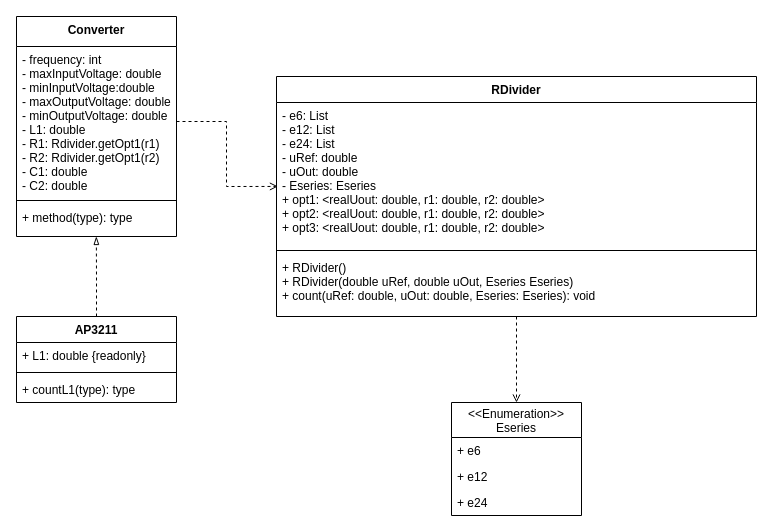
Above: diagram.drawio in Adik0160/converterDC (draw.io), before the change. Source tidied: cells renumbered, new cells numbered last; positions are measured from the earlier drawing's top-left corner, leaving out a move shared by most shapes. Both pictures are drawn from the tidied source at 100%, with x=0, y=0 at pixel (16, 16).
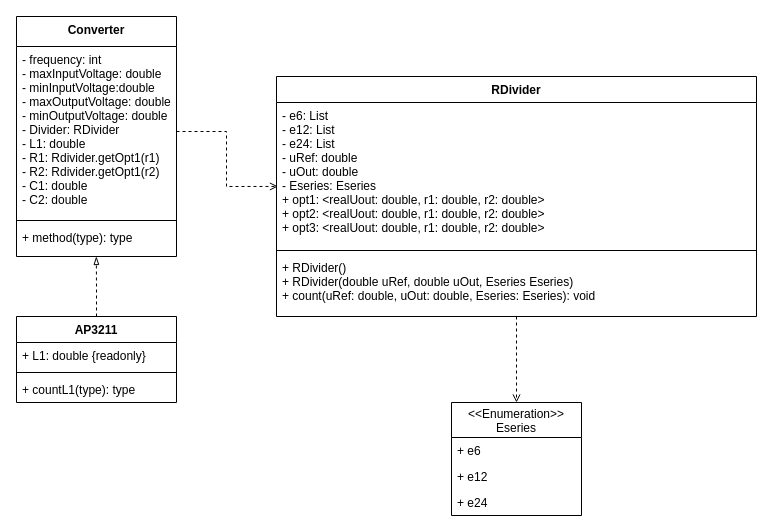
Above is the later version.

The edit, as a diff of the source:
```diff
@@
     <mxCell id="3" value="Converter" style="swimlane;fontStyle=1;align=center;verticalAlign=top;horizontal=1;startSize=30;" parent="1" vertex="1">
-      <mxGeometry width="160" height="220" as="geometry" />
+      <mxGeometry width="160" height="240" as="geometry" />
     </mxCell>
-    <mxCell id="4" value="- frequency: int&#10;- maxInputVoltage: double&#10;- minInputVoltage:double&#10;- maxOutputVoltage: double&#10;- minOutputVoltage: double&#10;- L1: double&#10;- R1: Rdivider.getOpt1(r1)&#10;- R2: Rdivider.getOpt1(r2)&#10;- C1: double&#10;- C2: double&#10;" style="text;strokeColor=none;fillColor=none;align=left;verticalAlign=top;spacingLeft=4;spacingRight=4;overflow=hidden;points=[[0,0.5],[1,0.5]];portConstraint=eastwest;" parent="3" vertex="1">
-      <mxGeometry y="30" width="160" height="150" as="geometry" />
+    <mxCell id="4" value="- frequency: int&#10;- maxInputVoltage: double&#10;- minInputVoltage:double&#10;- maxOutputVoltage: double&#10;- minOutputVoltage: double&#10;- Divider: RDivider&#10;- L1: double&#10;- R1: Rdivider.getOpt1(r1)&#10;- R2: Rdivider.getOpt1(r2)&#10;- C1: double&#10;- C2: double&#10;" style="text;strokeColor=none;fillColor=none;align=left;verticalAlign=top;spacingLeft=4;spacingRight=4;overflow=hidden;points=[[0,0.5],[1,0.5]];portConstraint=eastwest;" parent="3" vertex="1">
+      <mxGeometry y="30" width="160" height="170" as="geometry" />
     </mxCell>
     <mxCell id="5" style="line;strokeWidth=1;fillColor=none;align=left;verticalAlign=middle;spacingTop=-1;spacingLeft=3;spacingRight=3;labelPosition=right;" parent="3" vertex="1">
-      <mxGeometry y="180" width="160" height="8" as="geometry" />
+      <mxGeometry y="200" width="160" height="8" as="geometry" />
     </mxCell>
     <mxCell id="6" value="+ method(type): type" style="text;strokeColor=none;fillColor=none;align=left;verticalAlign=top;spacingLeft=4;spacingRight=4;overflow=hidden;points=[[0,0.5],[1,0.5]];portConstraint=eastwest;" parent="3" vertex="1">
-      <mxGeometry y="188" width="160" height="32" as="geometry" />
+      <mxGeometry y="208" width="160" height="32" as="geometry" />
     </mxCell>
```
